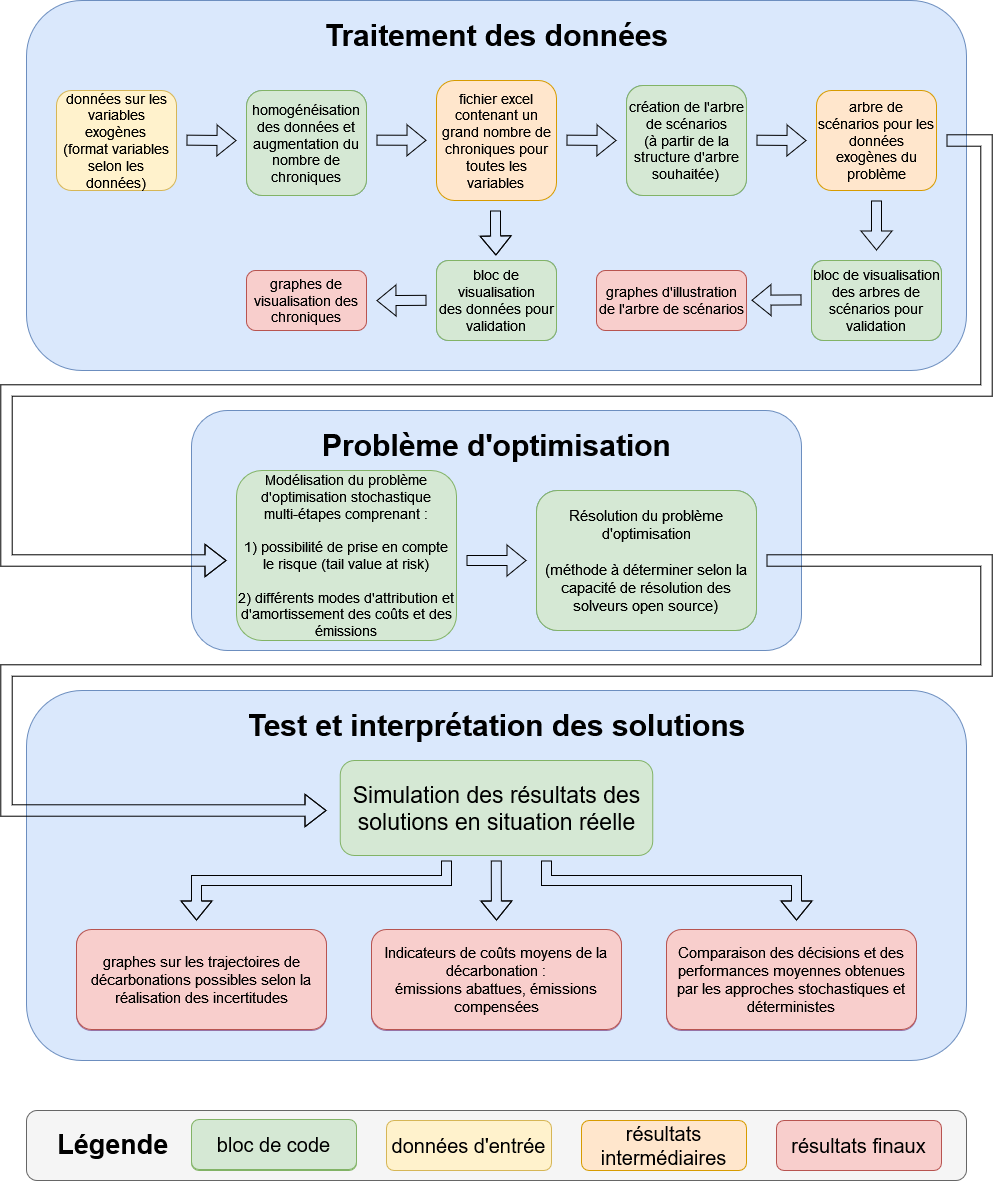
This is architecture_opticarb.drawio.png from Schlegen/drawio_schemes, a draw.io export, as it was before one commit. Source tidied: cells renumbered, new cells last; positions are measured from the earlier drawing's top-left corner, leaving out a move shared by most shapes.
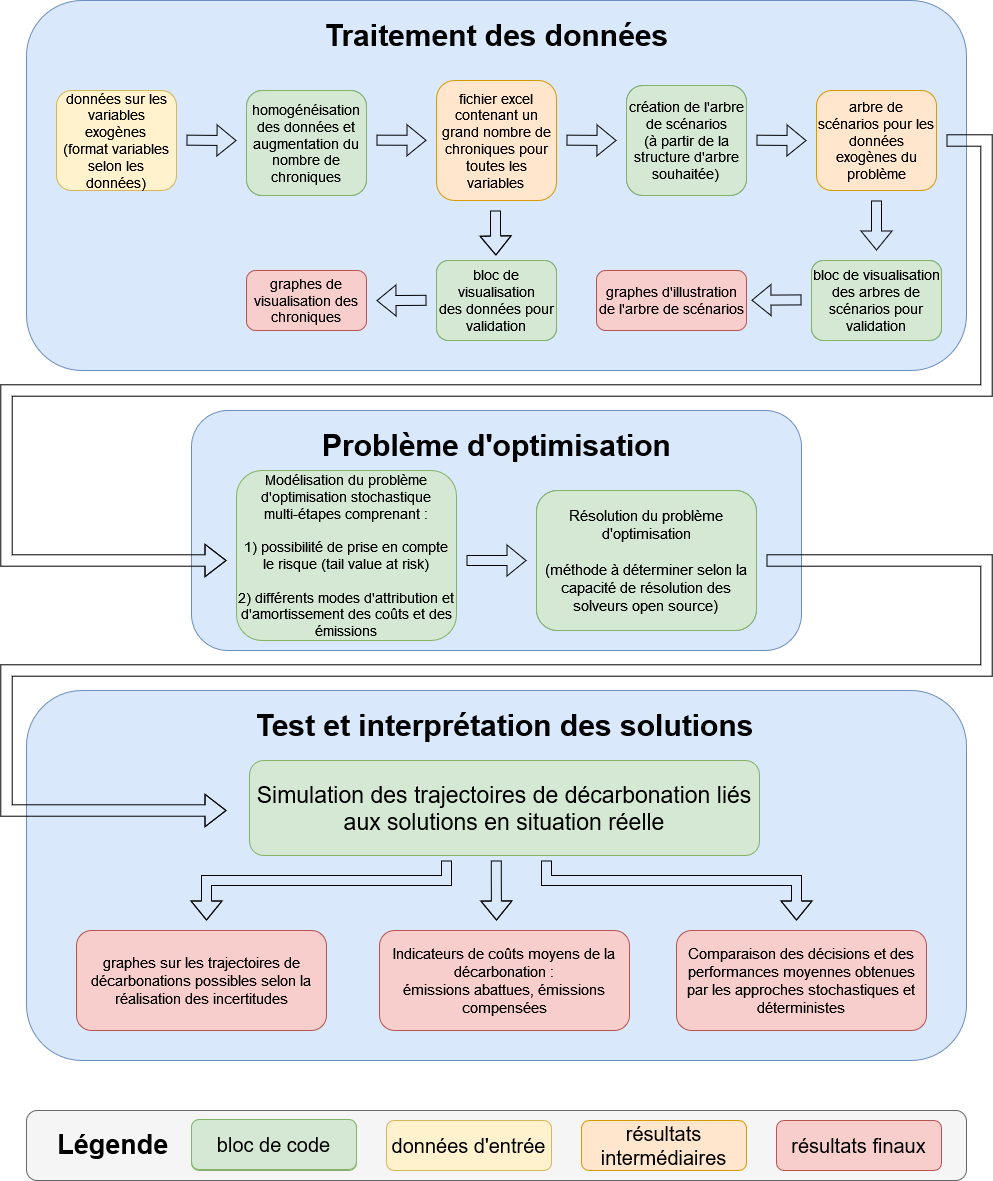
The same file after the commit.

The edit, as a diff of the source:
```diff
@@ -122,7 +122,7 @@
     <mxCell id="28" style="shape=flexArrow;endArrow=classic;html=1;rounded=0;width=11.428571428571429;endSize=6.666666666666666;startArrow=none;" parent="1" edge="1">
       <mxGeometry relative="1" as="geometry">
         <mxPoint x="760" y="560" as="sourcePoint" />
-        <mxPoint x="320" y="810" as="targetPoint" />
+        <mxPoint x="220" y="810" as="targetPoint" />
         <Array as="points">
           <mxPoint x="980" y="560" />
           <mxPoint x="980" y="670" />
@@ -144,24 +144,15 @@
       </mxGeometry>
     </mxCell>
     <mxCell id="32" value="&lt;div style=&quot;font-size: 30px;&quot;&gt;&lt;b&gt;&lt;font style=&quot;font-size: 30px;&quot;&gt;Test et interprétation des solutions&lt;br&gt;&lt;/font&gt;&lt;/b&gt;&lt;/div&gt;" style="text;html=1;align=center;verticalAlign=middle;strokeColor=none;fillColor=none;" parent="1" vertex="1">
-      <mxGeometry x="230" y="700" width="520" height="50" as="geometry" />
+      <mxGeometry x="238" y="700" width="520" height="50" as="geometry" />
     </mxCell>
-    <mxCell id="33" value="&lt;font style=&quot;font-size: 15px;&quot;&gt;graphes sur les trajectoires de décarbonations possibles selon la réalisation des incertitudes&lt;/font&gt;" style="rounded=1;whiteSpace=wrap;html=1;fillColor=#e1d5e7;strokeColor=#9673a6;" parent="1" vertex="1">
-      <mxGeometry x="70" y="930" width="250" height="100" as="geometry" />
-    </mxCell>
-    <mxCell id="34" value="&lt;font style=&quot;font-size: 15px;&quot;&gt;Comparaison des décisions et des performances moyennes obtenues par les approches stochastiques et déterministes&lt;/font&gt;" style="rounded=1;whiteSpace=wrap;html=1;fillColor=#e1d5e7;strokeColor=#9673a6;" parent="1" vertex="1">
-      <mxGeometry x="660" y="930" width="250" height="100" as="geometry" />
-    </mxCell>
-    <mxCell id="35" value="&lt;div style=&quot;font-size: 14px;&quot;&gt;&lt;font style=&quot;font-size: 14px;&quot;&gt;Indicateurs de coûts moyens de la décarbonation : &lt;br&gt;&lt;/font&gt;&lt;/div&gt;&lt;div style=&quot;font-size: 14px;&quot;&gt;&lt;font style=&quot;font-size: 14px;&quot;&gt;émissions abattues, émissions compensées&lt;/font&gt;&lt;/div&gt;" style="rounded=1;whiteSpace=wrap;html=1;fillColor=#e1d5e7;strokeColor=#9673a6;" parent="1" vertex="1">
-      <mxGeometry x="365" y="930" width="250" height="100" as="geometry" />
-    </mxCell>
     <mxCell id="36" style="shape=flexArrow;endArrow=classic;html=1;rounded=0;" parent="1" edge="1">
       <mxGeometry relative="1" as="geometry">
         <mxPoint x="440" y="860" as="sourcePoint" />
-        <mxPoint x="190" y="920" as="targetPoint" />
+        <mxPoint x="200" y="920" as="targetPoint" />
         <Array as="points">
           <mxPoint x="440" y="880" />
-          <mxPoint x="190" y="880" />
+          <mxPoint x="200" y="880" />
         </Array>
       </mxGeometry>
     </mxCell>
@@ -194,22 +185,22 @@
       <mxGeometry x="380" y="1120" width="165" height="50" as="geometry" />
     </mxCell>
     <mxCell id="42" value="&lt;font style=&quot;font-size: 15px;&quot;&gt;Comparaison des décisions et des performances moyennes obtenues par les approches stochastiques et déterministes&lt;/font&gt;" style="rounded=1;whiteSpace=wrap;html=1;fillColor=#f8cecc;strokeColor=#b85450;" parent="1" vertex="1">
-      <mxGeometry x="660" y="929" width="250" height="100" as="geometry" />
+      <mxGeometry x="670" y="930" width="250" height="100" as="geometry" />
     </mxCell>
     <mxCell id="43" value="&lt;font style=&quot;font-size: 20px;&quot;&gt;résultats finaux&lt;/font&gt;" style="rounded=1;whiteSpace=wrap;html=1;fillColor=#f8cecc;strokeColor=#b85450;" parent="1" vertex="1">
       <mxGeometry x="770" y="1120" width="165" height="50" as="geometry" />
     </mxCell>
     <mxCell id="44" value="&lt;div style=&quot;font-size: 15px;&quot;&gt;&lt;font style=&quot;font-size: 15px;&quot;&gt;Indicateurs de coûts moyens de la décarbonation : &lt;br&gt;&lt;/font&gt;&lt;/div&gt;&lt;div style=&quot;font-size: 15px;&quot;&gt;&lt;font style=&quot;font-size: 15px;&quot;&gt;émissions abattues, émissions compensées&lt;/font&gt;&lt;/div&gt;" style="rounded=1;whiteSpace=wrap;html=1;fillColor=#f8cecc;strokeColor=#b85450;" parent="1" vertex="1">
-      <mxGeometry x="365" y="929" width="250" height="100" as="geometry" />
+      <mxGeometry x="373" y="930" width="250" height="100" as="geometry" />
     </mxCell>
     <mxCell id="45" value="&lt;font style=&quot;font-size: 15px;&quot;&gt;graphes sur les trajectoires de décarbonations possibles selon la réalisation des incertitudes&lt;/font&gt;" style="rounded=1;whiteSpace=wrap;html=1;fillColor=#f8cecc;strokeColor=#b85450;" parent="1" vertex="1">
-      <mxGeometry x="70" y="929" width="250" height="100" as="geometry" />
+      <mxGeometry x="70" y="930" width="250" height="100" as="geometry" />
     </mxCell>
     <mxCell id="46" value="&lt;font style=&quot;font-size: 20px;&quot;&gt;résultats intermédiaires&lt;/font&gt;" style="rounded=1;whiteSpace=wrap;html=1;fillColor=#ffe6cc;strokeColor=#d79b00;" parent="1" vertex="1">
       <mxGeometry x="575" y="1120" width="165" height="50" as="geometry" />
     </mxCell>
-    <mxCell id="47" value="&lt;font style=&quot;font-size: 23px;&quot;&gt;Simulation des résultats des solutions en situation réelle&lt;/font&gt;" style="rounded=1;whiteSpace=wrap;html=1;fillColor=#d5e8d4;strokeColor=#82b366;" parent="1" vertex="1">
-      <mxGeometry x="333.8" y="760" width="312.5" height="95" as="geometry" />
+    <mxCell id="47" value="&lt;font style=&quot;font-size: 23px;&quot;&gt;Simulation des trajectoires de décarbonation liés aux solutions en situation réelle&lt;/font&gt;" style="rounded=1;whiteSpace=wrap;html=1;fillColor=#d5e8d4;strokeColor=#82b366;" parent="1" vertex="1">
+      <mxGeometry x="243" y="760" width="510" height="95" as="geometry" />
     </mxCell>
     <mxCell id="48" value="&lt;font style=&quot;font-size: 20px;&quot;&gt;bloc de code&lt;/font&gt;" style="rounded=1;whiteSpace=wrap;html=1;fillColor=#d5e8d4;strokeColor=#82b366;" parent="1" vertex="1">
       <mxGeometry x="185" y="1119" width="165" height="50" as="geometry" />
```
